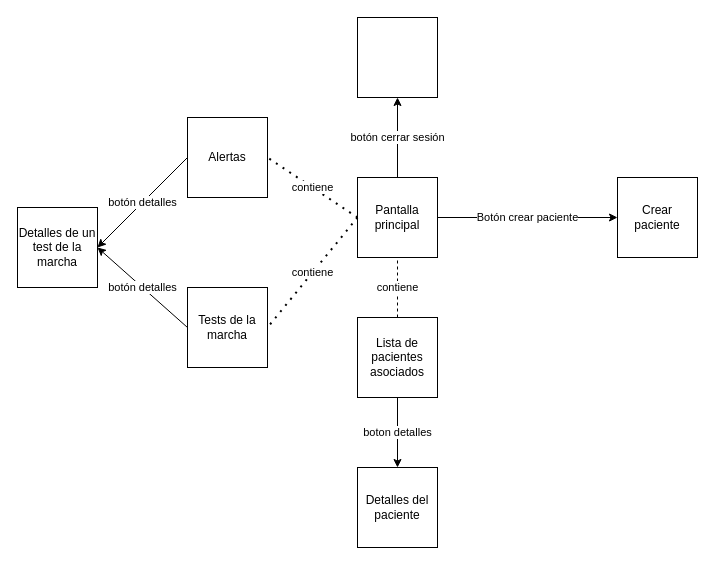
Above: wireframes/(Medico) UI Flow.drawio in bernatDiaz/artefactos (draw.io), before the change. Source tidied: cells renumbered, new cells numbered last; positions are measured from the earlier drawing's top-left corner, leaving out a move shared by most shapes. Both pictures are drawn from the tidied source at 100%, with x=0, y=0 at pixel (17, 17).
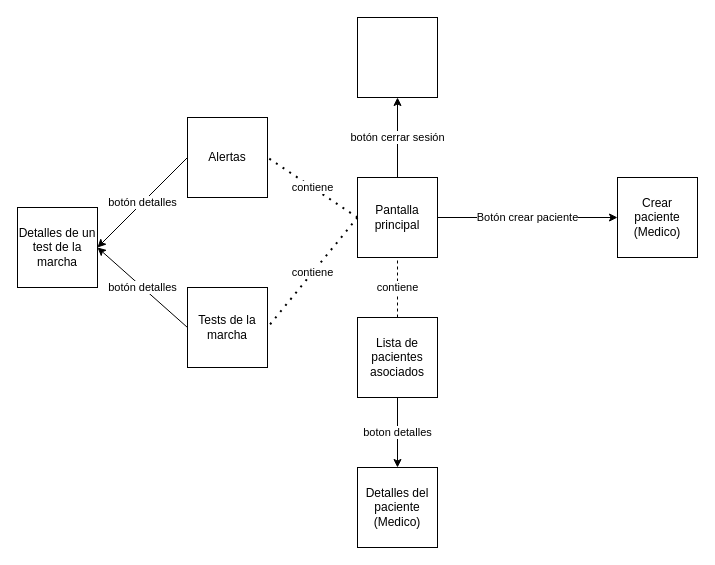
After the change.

The edit, as a diff of the source:
```diff
@@
 <mxGraphModel>
   <root>
     <mxCell id="0" />
     <mxCell id="1" parent="0" />
     <mxCell id="2" value="Pantalla principal" style="whiteSpace=wrap;html=1;" parent="1" vertex="1">
       <mxGeometry x="340" y="160" width="80" height="80" as="geometry" />
     </mxCell>
-    <mxCell id="3" value="Crear paciente" style="whiteSpace=wrap;html=1;" parent="1" vertex="1">
+    <mxCell id="3" value="Crear paciente&lt;br&gt;(Medico)" style="whiteSpace=wrap;html=1;" parent="1" vertex="1">
       <mxGeometry x="600" y="160" width="80" height="80" as="geometry" />
     </mxCell>
     <mxCell id="4" value="Botón crear paciente" style="endArrow=classic;rounded=0;entryX=0;entryY=0.5;entryDx=0;entryDy=0;html=1;exitX=1;exitY=0.5;exitDx=0;exitDy=0;" parent="1" edge="1" source="2" target="3">
       <mxGeometry relative="1" as="geometry" />
     </mxCell>
     <mxCell id="5" value="contiene" style="endArrow=none;dashed=1;html=1;rounded=0;entryX=0.5;entryY=1;entryDx=0;entryDy=0;exitX=0.5;exitY=0;exitDx=0;exitDy=0;" parent="1" edge="1" source="6" target="2">
       <mxGeometry relative="1" as="geometry" />
     </mxCell>
     <mxCell id="6" value="Lista de pacientes asociados" style="whiteSpace=wrap;html=1;" parent="1" vertex="1">
       <mxGeometry x="340" y="300" width="80" height="80" as="geometry" />
     </mxCell>
     <mxCell id="7" value="boton detalles" style="endArrow=classic;html=1;rounded=0;exitX=0.5;exitY=1;exitDx=0;exitDy=0;entryX=0.5;entryY=0;entryDx=0;entryDy=0;" parent="1" edge="1" source="6" target="8">
       <mxGeometry relative="1" as="geometry" />
     </mxCell>
-    <mxCell id="8" value="Detalles del paciente" style="whiteSpace=wrap;html=1;" parent="1" vertex="1">
+    <mxCell id="8" value="Detalles del paciente&lt;br&gt;(Medico)" style="whiteSpace=wrap;html=1;" parent="1" vertex="1">
       <mxGeometry x="340" y="450" width="80" height="80" as="geometry" />
     </mxCell>
     <mxCell id="9" value="Tests de la marcha" style="whiteSpace=wrap;html=1;" parent="1" vertex="1">
       <mxGeometry x="170" y="270" width="80" height="80" as="geometry" />
     </mxCell>
     <mxCell id="10" value="Alertas" style="whiteSpace=wrap;html=1;" parent="1" vertex="1">
       <mxGeometry x="170" y="100" width="80" height="80" as="geometry" />
     </mxCell>
     <mxCell id="11" value="contiene" style="endArrow=none;dashed=1;html=1;dashPattern=1 3;strokeWidth=2;rounded=0;exitX=0;exitY=0.5;exitDx=0;exitDy=0;entryX=1;entryY=0.5;entryDx=0;entryDy=0;" parent="1" edge="1" source="2" target="10">
       <mxGeometry relative="1" as="geometry" />
     </mxCell>
     <mxCell id="12" value="contiene" style="endArrow=none;dashed=1;html=1;dashPattern=1 3;strokeWidth=2;rounded=0;exitX=0;exitY=0.5;exitDx=0;exitDy=0;entryX=1;entryY=0.5;entryDx=0;entryDy=0;" parent="1" edge="1" source="2" target="9">
       <mxGeometry relative="1" as="geometry" />
     </mxCell>
     <mxCell id="13" value="Detalles de un test de la marcha" style="whiteSpace=wrap;html=1;" parent="1" vertex="1">
       <mxGeometry y="190" width="80" height="80" as="geometry" />
     </mxCell>
     <mxCell id="14" value="botón detalles" style="endArrow=classic;html=1;rounded=0;exitX=0;exitY=0.5;exitDx=0;exitDy=0;entryX=1;entryY=0.5;entryDx=0;entryDy=0;" parent="1" edge="1" source="10" target="13">
       <mxGeometry relative="1" as="geometry" />
     </mxCell>
     <mxCell id="15" value="botón detalles" style="endArrow=classic;html=1;rounded=0;exitX=0;exitY=0.5;exitDx=0;exitDy=0;entryX=1;entryY=0.5;entryDx=0;entryDy=0;" parent="1" edge="1" source="9" target="13">
       <mxGeometry relative="1" as="geometry" />
     </mxCell>
     <mxCell id="16" style="whiteSpace=wrap;html=1;" parent="1" vertex="1">
       <mxGeometry x="340" width="80" height="80" as="geometry" />
     </mxCell>
     <mxCell id="17" value="botón cerrar sesión" style="endArrow=classic;html=1;rounded=0;exitX=0.5;exitY=0;exitDx=0;exitDy=0;entryX=0.5;entryY=1;entryDx=0;entryDy=0;" parent="1" edge="1" source="2" target="16">
       <mxGeometry relative="1" as="geometry" />
     </mxCell>
   </root>
 </mxGraphModel>
```
